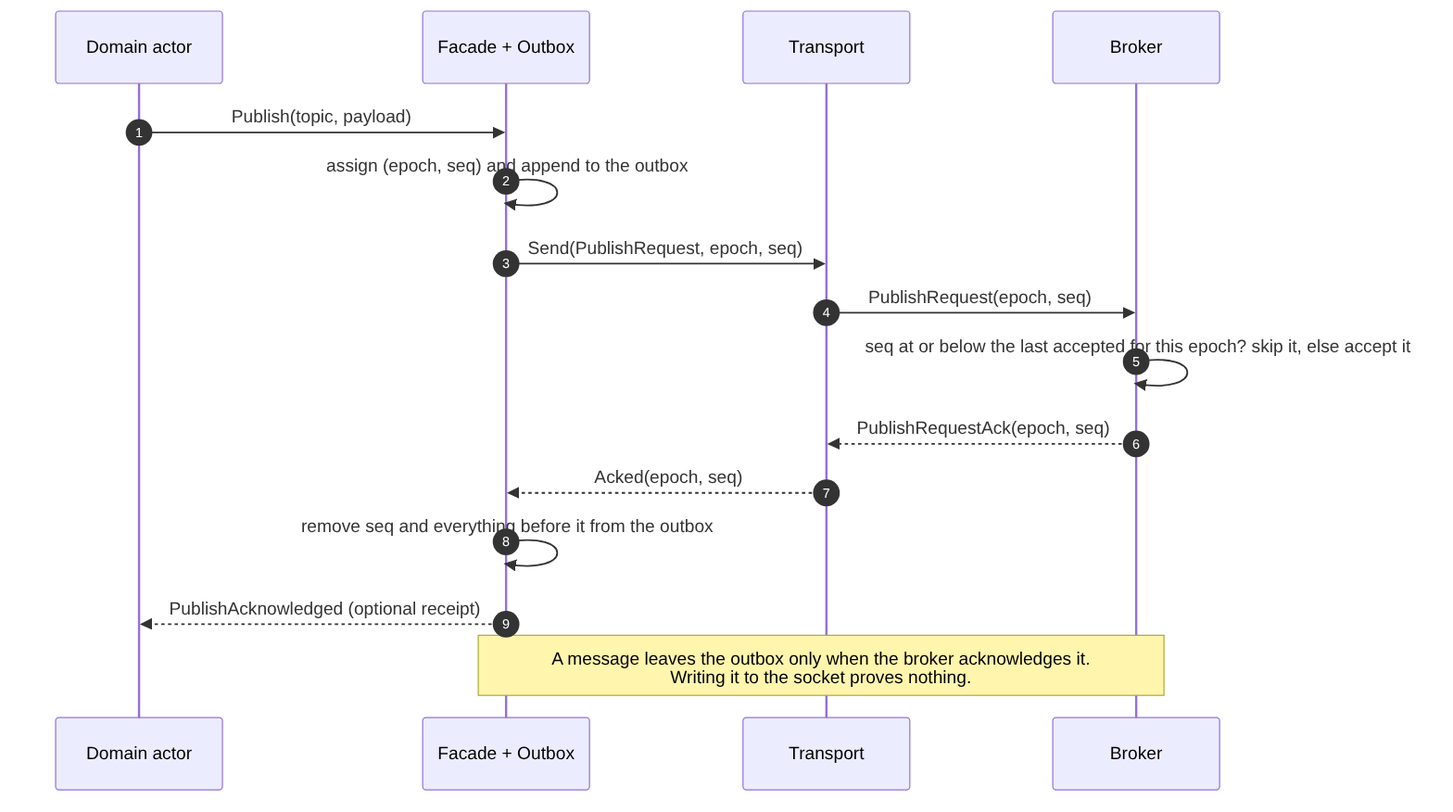
This is docs/architecture/sequences/general/cassini_client_publish.png from cmu-sei/Polar, a Mermaid export, as it was before one commit. Its source is kept beside it as docs/architecture/sequences/general/cassini_client_publish.mmd. The source it was exported from:
```mermaid
sequenceDiagram
    autonumber
    participant D as Domain actor
    participant F as Facade + Outbox
    participant T as Transport
    participant B as Broker

    D->>F: Publish(topic, payload)
    F->>F: assign (epoch, seq) and append to the outbox
    F->>T: Send(PublishRequest, epoch, seq)
    T->>B: PublishRequest(epoch, seq)
    B->>B: seq at or below the last accepted for this epoch? skip it, else accept it
    B-->>T: PublishRequestAck(epoch, seq)
    T-->>F: Acked(epoch, seq)
    F->>F: remove seq and everything before it from the outbox
    F-->>D: PublishAcknowledged (optional receipt)
    Note over F,B: A message leaves the outbox only when the broker acknowledges it.<br/>Writing it to the socket proves nothing.
```
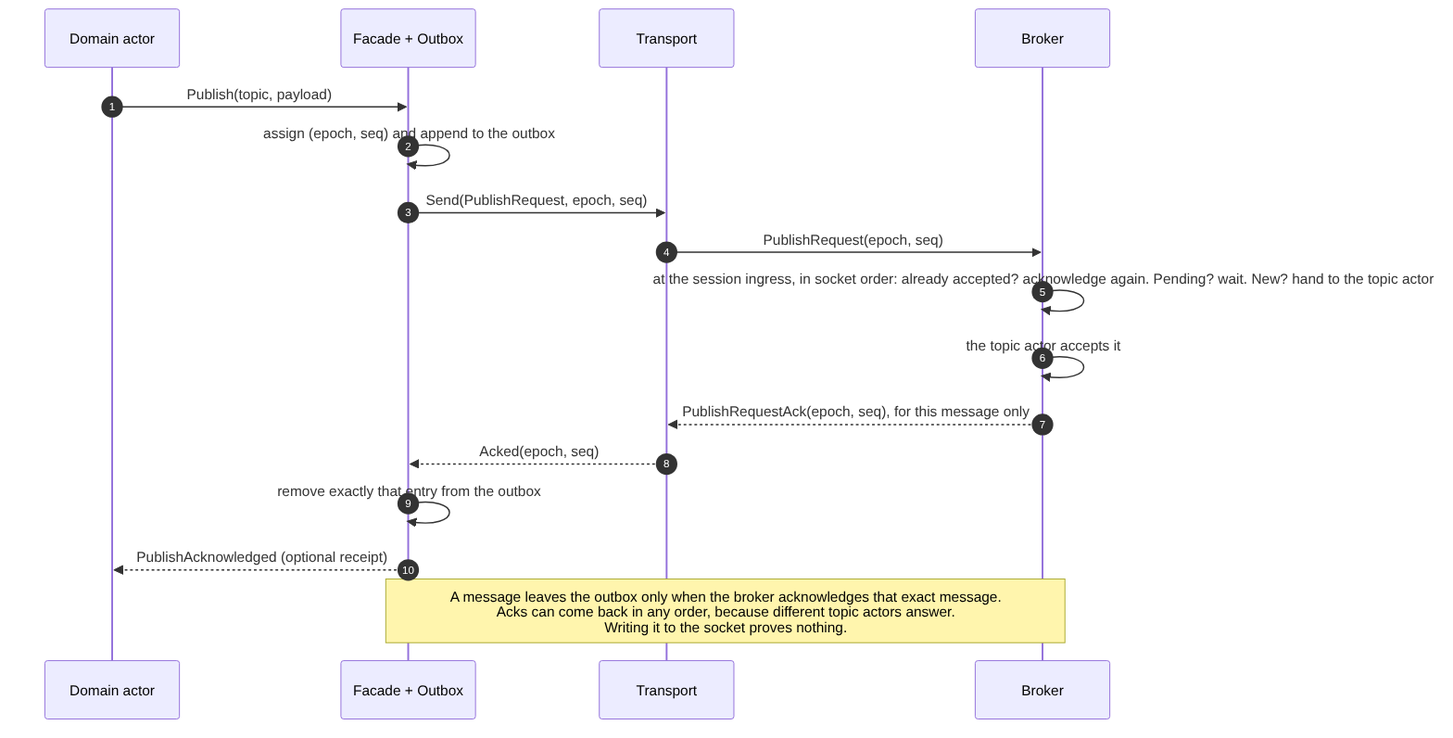
The same file after the commit.

Commit message:
docs: the Cassini client design acknowledges per message, and drains at ProceedWithShutdown

Diff of the diagram source:
```diff
@@ -9,9 +9,10 @@
     F->>F: assign (epoch, seq) and append to the outbox
     F->>T: Send(PublishRequest, epoch, seq)
     T->>B: PublishRequest(epoch, seq)
-    B->>B: seq at or below the last accepted for this epoch? skip it, else accept it
-    B-->>T: PublishRequestAck(epoch, seq)
+    B->>B: at the session ingress, in socket order: already accepted? acknowledge again. Pending? wait. New? hand to the topic actor
+    B->>B: the topic actor accepts it
+    B-->>T: PublishRequestAck(epoch, seq), for this message only
     T-->>F: Acked(epoch, seq)
-    F->>F: remove seq and everything before it from the outbox
+    F->>F: remove exactly that entry from the outbox
     F-->>D: PublishAcknowledged (optional receipt)
-    Note over F,B: A message leaves the outbox only when the broker acknowledges it.<br/>Writing it to the socket proves nothing.
+    Note over F,B: A message leaves the outbox only when the broker acknowledges that exact message.<br/>Acks can come back in any order, because different topic actors answer.<br/>Writing it to the socket proves nothing.
```
